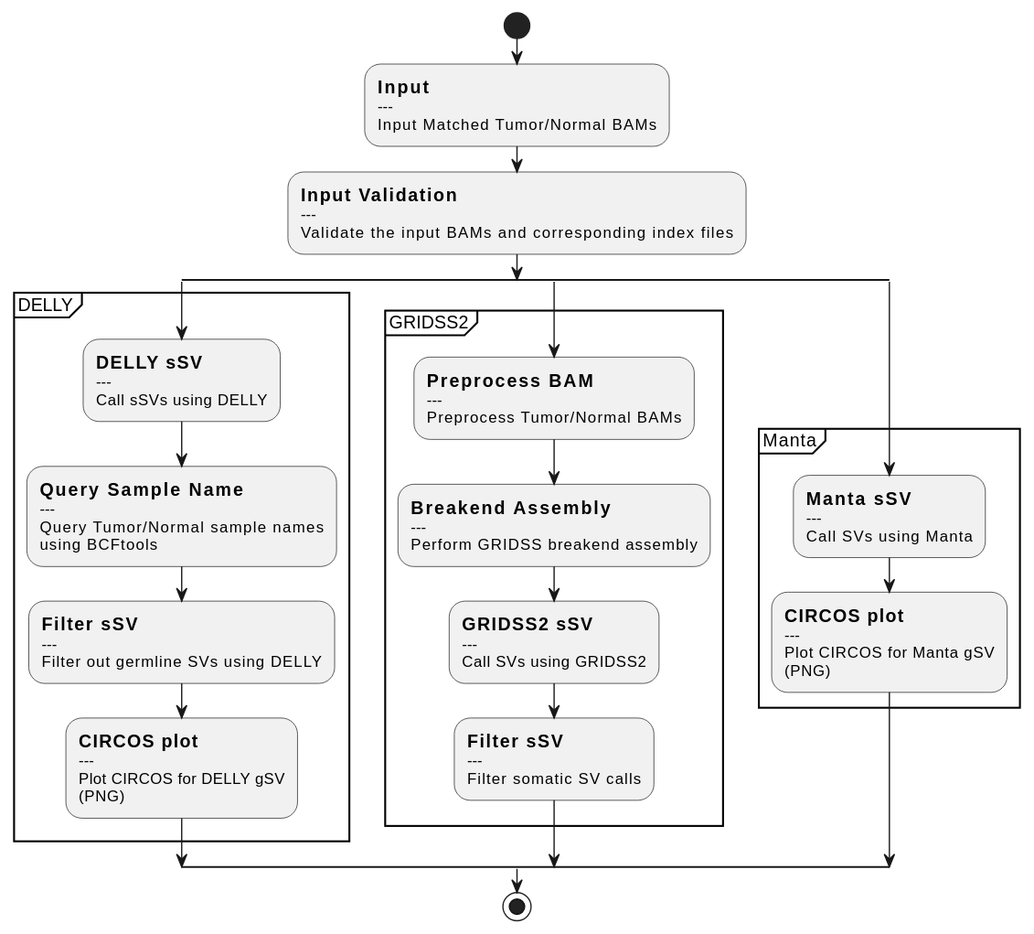
Above: docs/call-sSV.svg in uclahs-cds/pipeline-call-sSV (PlantUML), before the change.
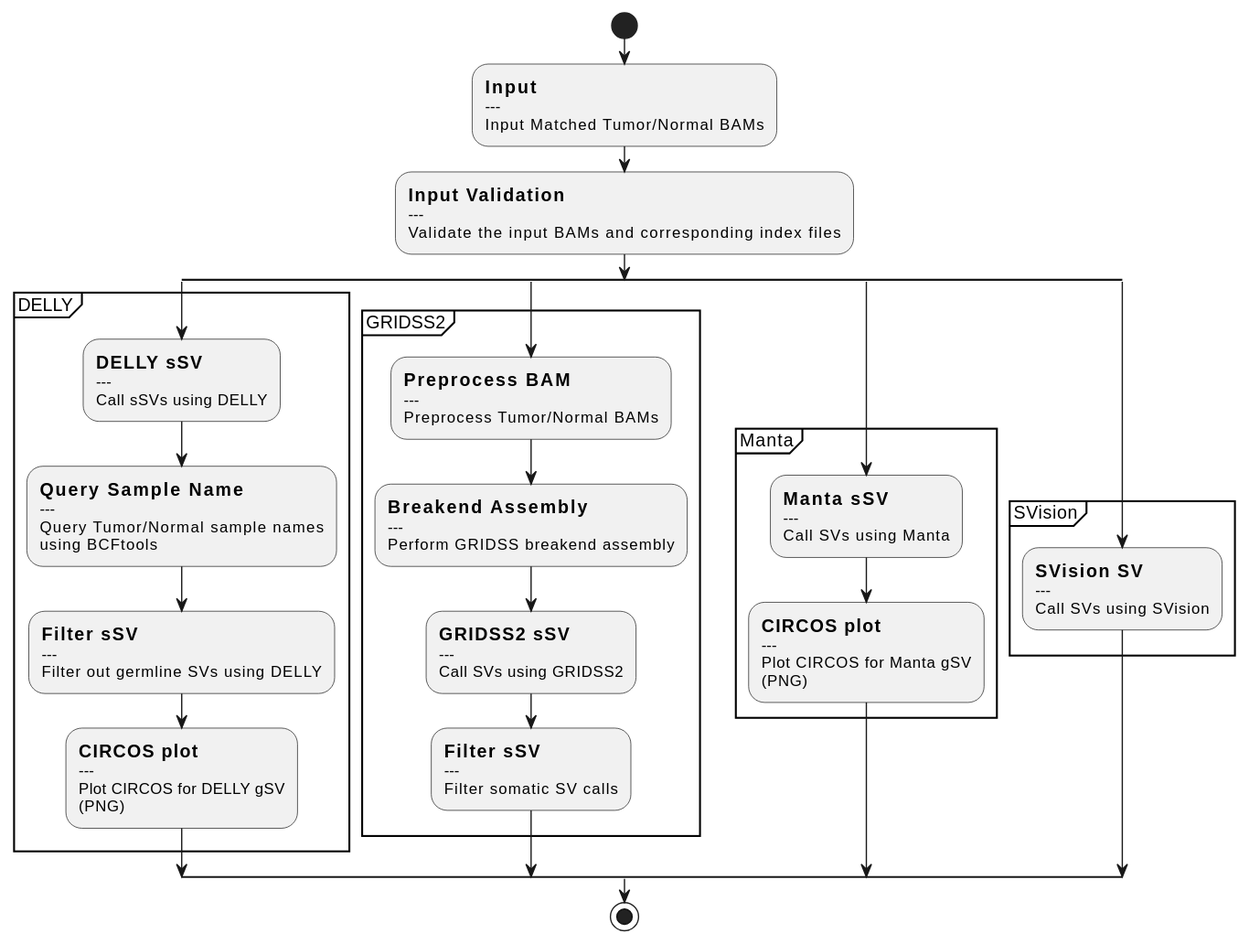
After the commit.

Change to the diagram source:
```diff
@@ -54,6 +54,13 @@
     Plot CIRCOS for Manta gSV
     (PNG);
     }
+
+split again
+partition "SVision" {
+    :==SVision SV
+    ---
+    Call SVs using SVision;
+    }
 end split
 stop
 @enduml
```
